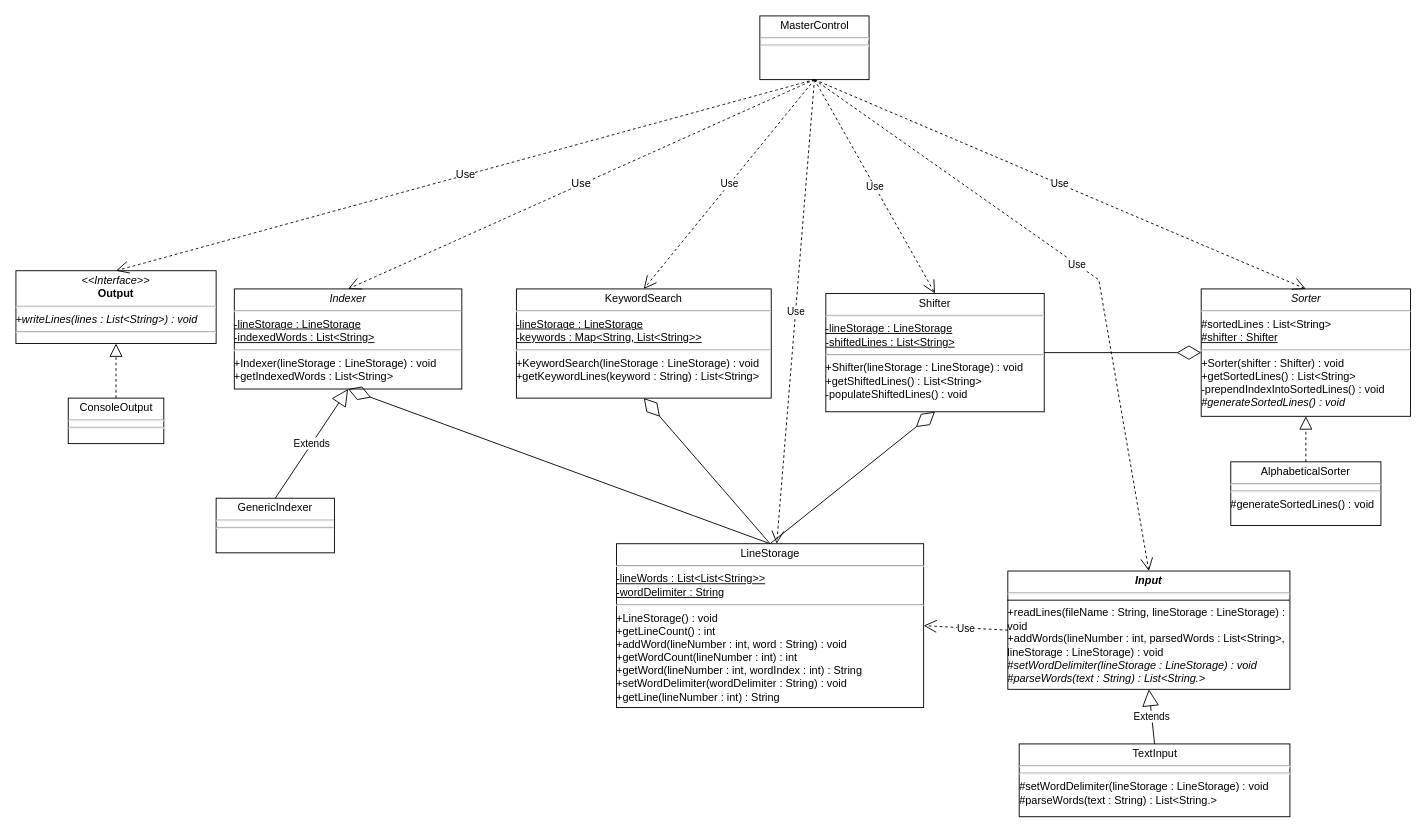
Before: Homework/Homework 1/SE 311 Homework 1 UML.drawio in dragon5201111/Drexel-University-SE-311-Software-Architecture-II, a draw.io diagram. Source tidied: cells renumbered, new cells numbered last; positions are measured from the earlier drawing's top-left corner, leaving out a move shared by most shapes. Both pictures are drawn from the tidied source at 91%, with x=0, y=0 at pixel (15, 15).
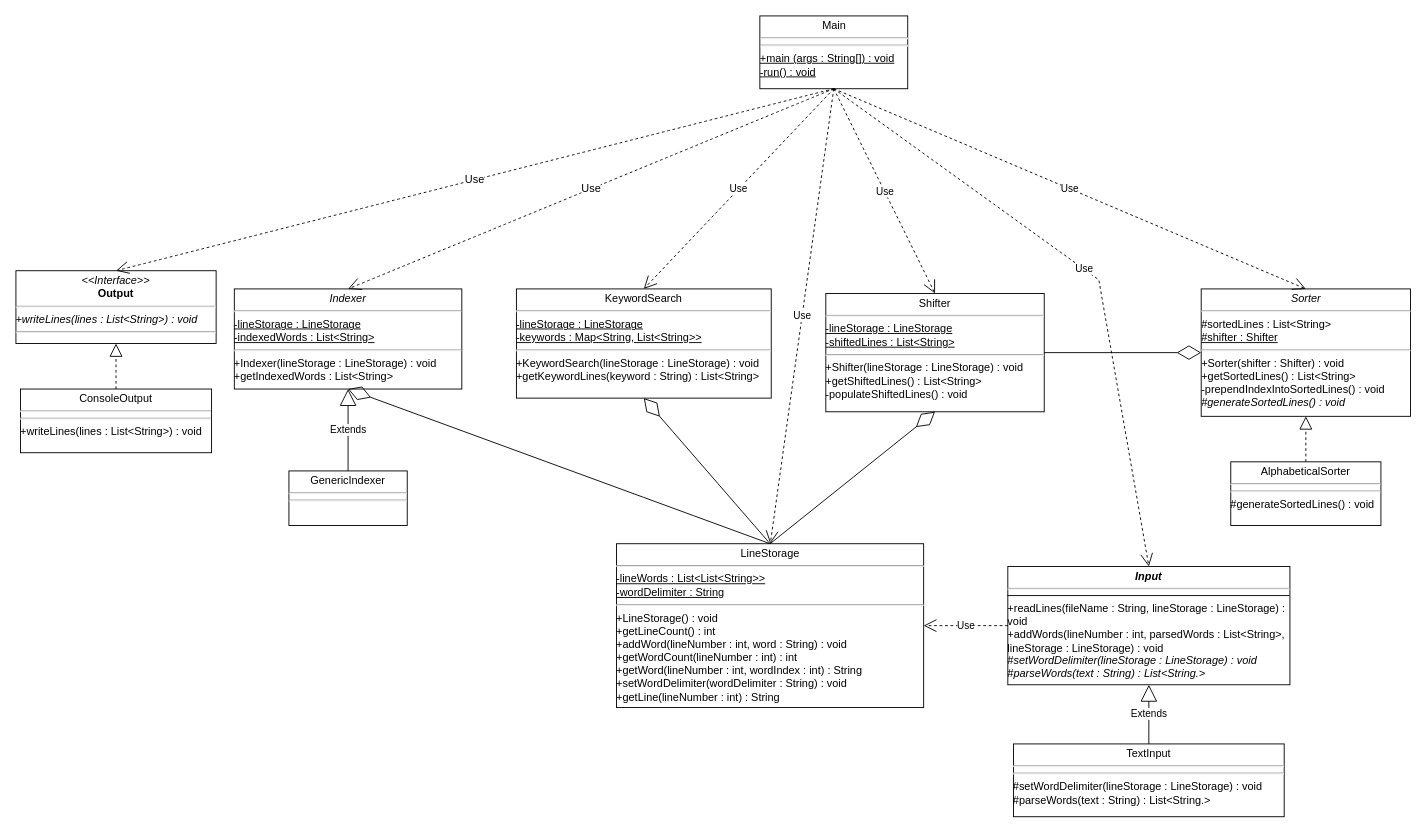
The same page after the edit.

Commit message (it also covers changes not shown here):
Finished UML.

The change refers to these unchanged cells:
```xml
<mxCell id="11" value="&lt;p style=&quot;margin:0px;margin-top:4px;text-align:center;&quot;&gt;LineStorage&lt;/p&gt;&lt;hr&gt;&lt;u&gt;-lineWords : List&amp;lt;List&amp;lt;String&amp;gt;&amp;gt;&lt;/u&gt;&lt;div&gt;&lt;u&gt;-wordDelimiter : String&lt;/u&gt;&lt;br&gt;&lt;hr&gt;+LineStorage() : void&lt;/div&gt;&lt;div&gt;+getLineCount() : int&lt;/div&gt;&lt;div&gt;+addWord(lineNumber : int, word : String) : void&lt;/div&gt;&lt;div&gt;+getWordCount(lineNumber : int) : int&lt;/div&gt;&lt;div&gt;+getWord(lineNumber : int, wordIndex : int) : String&lt;/div&gt;&lt;div&gt;+setWordDelimiter(wordDelimiter : String) : void&lt;/div&gt;&lt;div&gt;+getLine(lineNumber : int) : String&lt;/div&gt;" style="verticalAlign=top;align=left;overflow=fill;html=1;whiteSpace=wrap;" parent="1" vertex="1">
  <mxGeometry x="660" y="580" width="337.5" height="180" as="geometry" />
</mxCell>
```

The edit, as a diff of the source:
```diff
@@
     <mxCell id="2" value="&lt;p style=&quot;margin:0px;margin-top:4px;text-align:center;&quot;&gt;&lt;b&gt;&lt;i&gt;Input&lt;/i&gt;&lt;/b&gt;&lt;/p&gt;&lt;hr&gt;&lt;hr size=&quot;1&quot; style=&quot;border-style:solid;&quot;&gt;+readLines(fileName : String, lineStorage : LineStorage) : void&lt;div&gt;+addWords(lineNumber : int, parsedWords : List&amp;lt;String&amp;gt;, lineStorage : LineStorage) : void&lt;/div&gt;&lt;div&gt;&lt;i&gt;#setWordDelimiter(lineStorage : LineStorage) : void&lt;/i&gt;&lt;/div&gt;&lt;div&gt;&lt;i&gt;#parseWords(text : String) : List&amp;lt;String.&amp;gt;&lt;/i&gt;&lt;/div&gt;&lt;div&gt;&lt;br&gt;&lt;div&gt;&lt;br&gt;&lt;/div&gt;&lt;div&gt;&lt;br&gt;&lt;/div&gt;&lt;/div&gt;" style="verticalAlign=top;align=left;overflow=fill;html=1;whiteSpace=wrap;" parent="1" vertex="1">
-      <mxGeometry x="1090" y="610" width="310" height="130" as="geometry" />
+      <mxGeometry x="1090" y="605" width="310" height="130" as="geometry" />
     </mxCell>
@@
     <mxCell id="4" value="&lt;p style=&quot;margin:0px;margin-top:4px;text-align:center;&quot;&gt;TextInput&lt;/p&gt;&lt;hr&gt;&lt;hr&gt;&lt;div&gt;#setWordDelimiter(lineStorage : LineStorage) : void&lt;/div&gt;&lt;div&gt;#parseWords(text : String) : List&amp;lt;String.&amp;gt;&lt;/div&gt;" style="verticalAlign=top;align=left;overflow=fill;html=1;whiteSpace=wrap;" parent="1" vertex="1">
-      <mxGeometry x="1102.5" y="800" width="297.5" height="80" as="geometry" />
+      <mxGeometry x="1096.2" y="800" width="297.5" height="80" as="geometry" />
     </mxCell>
-    <mxCell id="5" value="&lt;p style=&quot;margin:0px;margin-top:4px;text-align:center;&quot;&gt;ConsoleOutput&lt;/p&gt;&lt;hr&gt;&lt;hr&gt;" style="verticalAlign=top;align=left;overflow=fill;html=1;whiteSpace=wrap;" parent="1" vertex="1">
-      <mxGeometry x="57.5" y="420" width="105" height="50" as="geometry" />
+    <mxCell id="5" value="&lt;p style=&quot;margin:0px;margin-top:4px;text-align:center;&quot;&gt;ConsoleOutput&lt;/p&gt;&lt;hr&gt;&lt;hr&gt;+writeLines(lines : List&amp;lt;String&amp;gt;) : void&lt;div&gt;&lt;br&gt;&lt;/div&gt;" style="verticalAlign=top;align=left;overflow=fill;html=1;whiteSpace=wrap;" parent="1" vertex="1">
+      <mxGeometry x="5" y="410" width="210" height="70" as="geometry" />
     </mxCell>
@@
-    <mxCell id="13" value="&lt;p style=&quot;margin:0px;margin-top:4px;text-align:center;&quot;&gt;MasterControl&lt;/p&gt;&lt;hr&gt;&lt;hr&gt;" style="verticalAlign=top;align=left;overflow=fill;html=1;whiteSpace=wrap;" parent="1" vertex="1">
-      <mxGeometry x="817.5" width="120" height="70" as="geometry" />
+    <mxCell id="13" value="&lt;p style=&quot;margin:0px;margin-top:4px;text-align:center;&quot;&gt;Main&lt;/p&gt;&lt;hr&gt;&lt;hr&gt;&lt;u&gt;+main (args : String[]) : void&lt;br&gt;&lt;/u&gt;&lt;div&gt;&lt;u&gt;-run() : void&lt;/u&gt;&lt;/div&gt;" style="verticalAlign=top;align=left;overflow=fill;html=1;whiteSpace=wrap;" parent="1" vertex="1">
+      <mxGeometry x="817.5" width="162.5" height="80" as="geometry" />
     </mxCell>
@@
     <mxCell id="15" value="&lt;p style=&quot;margin:0px;margin-top:4px;text-align:center;&quot;&gt;GenericIndexer&lt;/p&gt;&lt;hr&gt;&lt;hr&gt;&lt;br&gt;&lt;div&gt;&lt;br&gt;&lt;/div&gt;" style="verticalAlign=top;align=left;overflow=fill;html=1;whiteSpace=wrap;" parent="1" vertex="1">
-      <mxGeometry x="220" y="530" width="130" height="60" as="geometry" />
+      <mxGeometry x="300" y="500" width="130" height="60" as="geometry" />
     </mxCell>
@@
-    <mxCell id="24" value="Use" style="endArrow=open;endSize=12;dashed=1;html=1;rounded=0;exitX=0.5;exitY=1;exitDx=0;exitDy=0;" parent="1" edge="1" source="13" target="11">
-      <mxGeometry relative="1" as="geometry" />
+    <mxCell id="24" value="Use" style="endArrow=open;endSize=12;dashed=1;html=1;rounded=0;exitX=0.5;exitY=1;exitDx=0;exitDy=0;" parent="1" edge="1" source="13">
+      <mxGeometry relative="1" as="geometry">
+        <mxPoint x="829" y="580" as="targetPoint" />
+      </mxGeometry>
     </mxCell>
```
